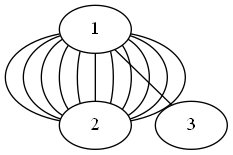
The Graphviz diagram dz4/graph2.png in Whatislove00/Dz2, before a commit. Its source is kept beside it as dz4/graph2.dot.
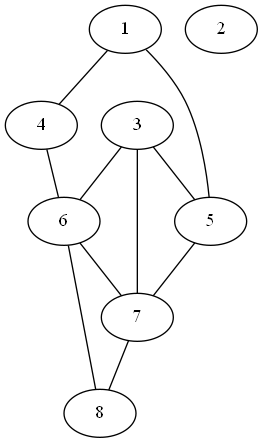
Above is the later version.

Diff of the diagram source:
```diff
@@ -2,16 +2,19 @@
 1;
 2;
 3;
-1 -- 2;
-1 -- 2;
-1 -- 2;
-1 -- 2;
-1 -- 2;
-1 -- 2;
-1 -- 2;
-1 -- 2;
-1 -- 2;
-1 -- 2;
-1 -- 2;
-1 -- 3;
+4;
+5;
+6;
+7;
+8;
+1 -- 4;
+1 -- 5;
+3 -- 5;
+3 -- 6;
+3 -- 7;
+4 -- 6;
+5 -- 7;
+6 -- 7;
+6 -- 8;
+7 -- 8;
 }
```
